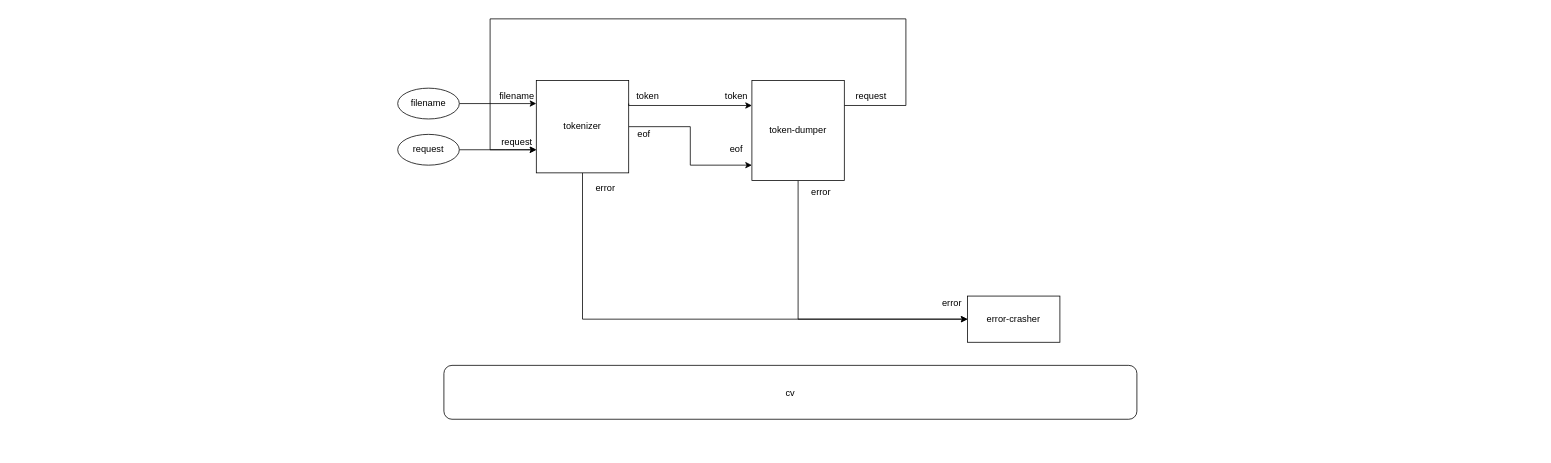
The draw.io diagram parts/diagram/tokenizer-tester.drawio in bmfbp/bmfbp, before the edit. Source tidied: cells renumbered, new cells numbered last; positions are measured from the earlier drawing's top-left corner, leaving out a move shared by most shapes. Both pictures are drawn from the tidied source at 77%, with x=0, y=0 at pixel (397, 18).
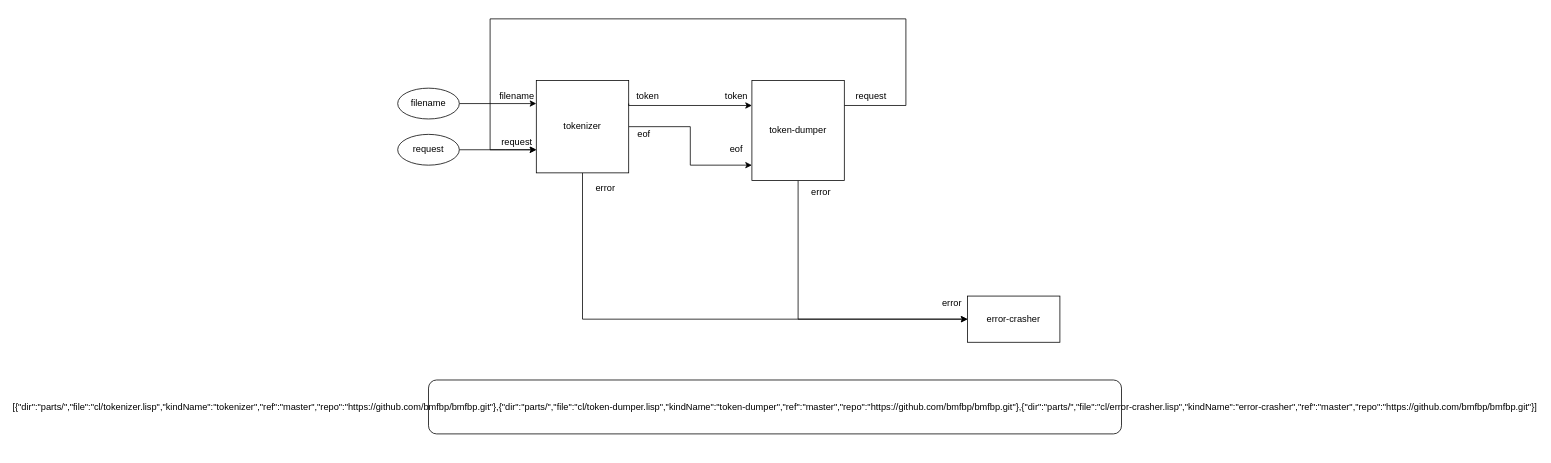
Above is the later version.

Change to the diagram source:
```diff
@@
-    <mxCell id="23" value="cv" style="rounded=1;" parent="1" vertex="1">
-      <mxGeometry x="60" y="450" width="900" height="70" as="geometry" />
-    </mxCell>
@@
+    <mxCell id="26" value="[{&quot;dir&quot;:&quot;parts/&quot;,&quot;file&quot;:&quot;cl/tokenizer.lisp&quot;,&quot;kindName&quot;:&quot;tokenizer&quot;,&quot;ref&quot;:&quot;master&quot;,&quot;repo&quot;:&quot;https://github.com/bmfbp/bmfbp.git&quot;},{&quot;dir&quot;:&quot;parts/&quot;,&quot;file&quot;:&quot;cl/token-dumper.lisp&quot;,&quot;kindName&quot;:&quot;token-dumper&quot;,&quot;ref&quot;:&quot;master&quot;,&quot;repo&quot;:&quot;https://github.com/bmfbp/bmfbp.git&quot;},{&quot;dir&quot;:&quot;parts/&quot;,&quot;file&quot;:&quot;cl/error-crasher.lisp&quot;,&quot;kindName&quot;:&quot;error-crasher&quot;,&quot;ref&quot;:&quot;master&quot;,&quot;repo&quot;:&quot;https://github.com/bmfbp/bmfbp.git&quot;}]" style="rounded=1;" parent="1" vertex="1">
+      <mxGeometry x="40" y="469" width="900" height="70" as="geometry" />
+    </mxCell>
```
